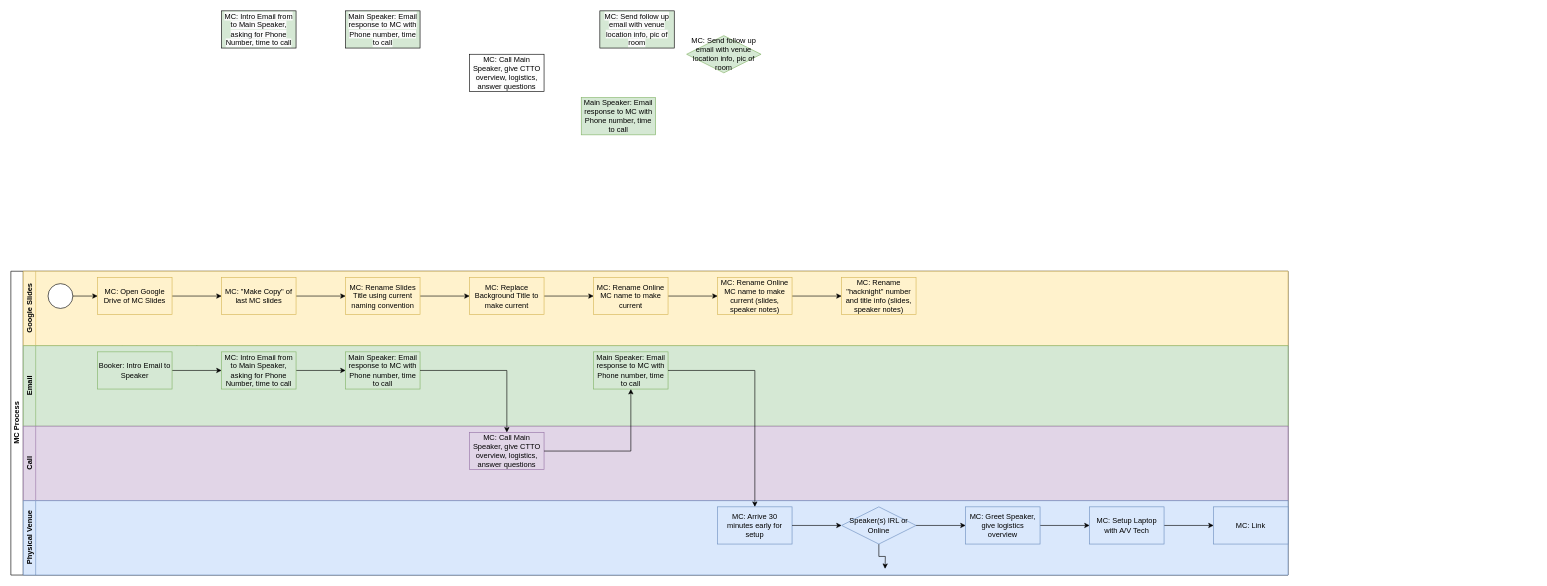
This is emcee_process.drawio from rockstar6789/ctto, a draw.io file, before an edit. Source tidied: cells renumbered, new cells numbered last; positions are measured from the earlier drawing's top-left corner, leaving out a move shared by most shapes. Both pictures are drawn from the tidied source at 62%, with x=0, y=0 at pixel (11, 11).
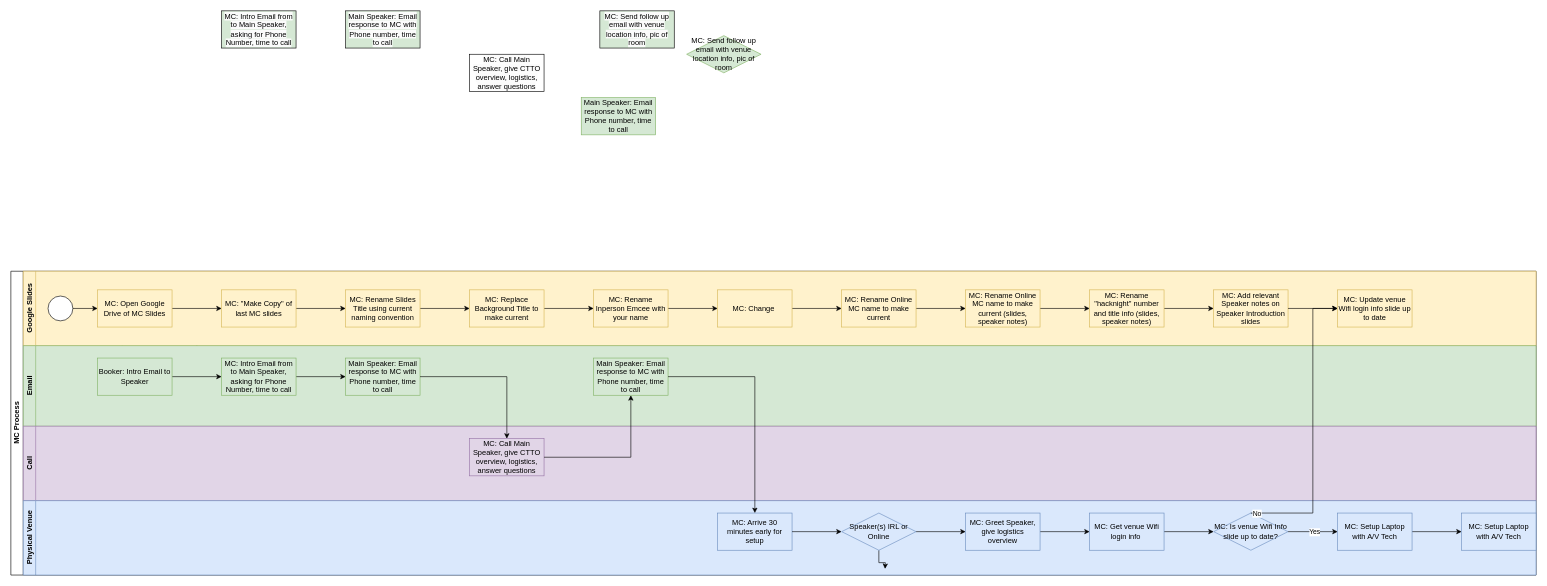
The same diagram, later.

What changed in the source:
```diff
@@
     <mxCell id="2" value="MC Process" style="swimlane;html=1;horizontal=0;startSize=20;" parent="1" vertex="1">
-      <mxGeometry y="420" width="2060" height="490" as="geometry" />
+      <mxGeometry y="420" width="2460" height="490" as="geometry" />
     </mxCell>
@@
     <mxCell id="7" value="Google Slides" style="swimlane;html=1;startSize=20;horizontal=0;fillColor=#fff2cc;strokeColor=#d6b656;swimlaneFillColor=#FFF2CC;" parent="2" vertex="1">
-      <mxGeometry x="20" width="2040" height="120" as="geometry" />
+      <mxGeometry x="20" width="2440" height="120" as="geometry" />
     </mxCell>
+    <mxCell id="10" style="edgeStyle=orthogonalEdgeStyle;rounded=0;orthogonalLoop=1;jettySize=auto;html=1;" parent="7" edge="1">
+      <mxGeometry relative="1" as="geometry">
+        <mxPoint x="200" y="60" as="sourcePoint" />
+      </mxGeometry>
+    </mxCell>
+    <mxCell id="13" style="edgeStyle=orthogonalEdgeStyle;rounded=0;orthogonalLoop=1;jettySize=auto;html=1;" parent="7" edge="1">
+      <mxGeometry relative="1" as="geometry">
+        <mxPoint x="440" y="40" as="sourcePoint" />
+      </mxGeometry>
+    </mxCell>
+    <mxCell id="14" style="edgeStyle=orthogonalEdgeStyle;rounded=0;orthogonalLoop=1;jettySize=auto;html=1;" parent="7" edge="1">
+      <mxGeometry relative="1" as="geometry">
+        <mxPoint x="1050" y="40" as="sourcePoint" />
+      </mxGeometry>
+    </mxCell>
@@
     <mxCell id="9" style="ellipse;whiteSpace=wrap;html=1;" parent="7" vertex="1">
-      <mxGeometry x="40" y="20" width="40" height="40" as="geometry" />
+      <mxGeometry x="40" y="40" width="40" height="40" as="geometry" />
     </mxCell>
-    <mxCell id="10" style="edgeStyle=orthogonalEdgeStyle;rounded=0;orthogonalLoop=1;jettySize=auto;html=1;" parent="7" edge="1">
-      <mxGeometry relative="1" as="geometry">
-        <mxPoint x="200" y="60" as="sourcePoint" />
-      </mxGeometry>
-    </mxCell>
@@
     <mxCell id="12" value="MC:&amp;nbsp;Open Google Drive of MC Slides" style="rounded=0;whiteSpace=wrap;html=1;fillColor=#FFF2CC;strokeColor=#D6B656;" parent="7" vertex="1">
-      <mxGeometry x="120" y="10" width="120" height="60" as="geometry" />
+      <mxGeometry x="120" y="30" width="120" height="60" as="geometry" />
     </mxCell>
-    <mxCell id="13" style="edgeStyle=orthogonalEdgeStyle;rounded=0;orthogonalLoop=1;jettySize=auto;html=1;" parent="7" edge="1">
-      <mxGeometry relative="1" as="geometry">
-        <mxPoint x="440" y="40" as="sourcePoint" />
-      </mxGeometry>
-    </mxCell>
-    <mxCell id="14" style="edgeStyle=orthogonalEdgeStyle;rounded=0;orthogonalLoop=1;jettySize=auto;html=1;" parent="7" edge="1">
-      <mxGeometry relative="1" as="geometry">
-        <mxPoint x="1050" y="40" as="sourcePoint" />
-      </mxGeometry>
-    </mxCell>
@@
     <mxCell id="16" value="MC:&amp;nbsp;&quot;Make Copy&quot; of last MC slides" style="rounded=0;whiteSpace=wrap;html=1;fillColor=#FFF2CC;strokeColor=#D6B656;" parent="7" vertex="1">
-      <mxGeometry x="320" y="10" width="120" height="60" as="geometry" />
+      <mxGeometry x="320" y="30" width="120" height="60" as="geometry" />
     </mxCell>
@@
     <mxCell id="18" value="MC: Rename Slides Title using current naming convention" style="rounded=0;whiteSpace=wrap;html=1;fillColor=#FFF2CC;strokeColor=#D6B656;" parent="7" vertex="1">
-      <mxGeometry x="520" y="10" width="120" height="60" as="geometry" />
+      <mxGeometry x="520" y="30" width="120" height="60" as="geometry" />
     </mxCell>
@@
     <mxCell id="20" value="MC: Replace Background Title to make current" style="rounded=0;whiteSpace=wrap;html=1;fillColor=#FFF2CC;strokeColor=#D6B656;" parent="7" vertex="1">
-      <mxGeometry x="720" y="10" width="120" height="60" as="geometry" />
+      <mxGeometry x="720" y="30" width="120" height="60" as="geometry" />
     </mxCell>
@@
-    <mxCell id="22" value="MC: Rename Online MC name to make current" style="rounded=0;whiteSpace=wrap;html=1;fillColor=#FFF2CC;strokeColor=#D6B656;" parent="7" vertex="1">
-      <mxGeometry x="920" y="10" width="120" height="60" as="geometry" />
+    <mxCell id="22" value="MC: Rename Inperson Emcee with your name" style="rounded=0;whiteSpace=wrap;html=1;fillColor=#FFF2CC;strokeColor=#D6B656;" parent="7" vertex="1">
+      <mxGeometry x="920" y="30" width="120" height="60" as="geometry" />
     </mxCell>
@@
-    <mxCell id="24" value="MC: Rename Online MC name to make current (slides, speaker notes)" style="rounded=0;whiteSpace=wrap;html=1;fillColor=#FFF2CC;strokeColor=#D6B656;" parent="7" vertex="1">
-      <mxGeometry x="1120" y="10" width="120" height="60" as="geometry" />
+    <mxCell id="24" value="MC: Change&amp;nbsp;" style="rounded=0;whiteSpace=wrap;html=1;fillColor=#FFF2CC;strokeColor=#D6B656;" parent="7" vertex="1">
+      <mxGeometry x="1120" y="30" width="120" height="60" as="geometry" />
     </mxCell>
+    <mxCell id="60" style="edgeStyle=orthogonalEdgeStyle;rounded=0;jettySize=auto;html=1;" parent="7" edge="1" source="25" target="62">
+      <mxGeometry relative="1" as="geometry" />
+    </mxCell>
-    <mxCell id="25" value="MC: Rename &quot;hacknight&quot; number and title info (slides, speaker notes)" style="rounded=0;whiteSpace=wrap;html=1;fillColor=#FFF2CC;strokeColor=#D6B656;" parent="7" vertex="1">
-      <mxGeometry x="1320" y="10" width="120" height="60" as="geometry" />
+    <mxCell id="25" value="MC: Rename Online MC name to make current" style="rounded=0;whiteSpace=wrap;html=1;fillColor=#FFF2CC;strokeColor=#D6B656;" parent="7" vertex="1">
+      <mxGeometry x="1320" y="30" width="120" height="60" as="geometry" />
     </mxCell>
+    <mxCell id="61" style="edgeStyle=orthogonalEdgeStyle;rounded=0;jettySize=auto;html=1;" parent="7" edge="1" source="62" target="64">
+      <mxGeometry relative="1" as="geometry" />
+    </mxCell>
+    <mxCell id="62" value="MC: Rename Online MC name to make current (slides, speaker notes)" style="rounded=0;whiteSpace=wrap;html=1;fillColor=#FFF2CC;strokeColor=#D6B656;" parent="7" vertex="1">
+      <mxGeometry x="1520" y="30" width="120" height="60" as="geometry" />
+    </mxCell>
+    <mxCell id="63" style="edgeStyle=orthogonalEdgeStyle;rounded=0;jettySize=auto;html=1;" parent="7" edge="1" source="64" target="65">
+      <mxGeometry relative="1" as="geometry" />
+    </mxCell>
+    <mxCell id="64" value="MC: Rename &quot;hacknight&quot; number and title info (slides, speaker notes)" style="rounded=0;whiteSpace=wrap;html=1;fillColor=#FFF2CC;strokeColor=#D6B656;" parent="7" vertex="1">
+      <mxGeometry x="1720" y="30" width="120" height="60" as="geometry" />
+    </mxCell>
+    <mxCell id="65" value="MC: Add relevant Speaker notes on Speaker Introduction slides" style="rounded=0;whiteSpace=wrap;html=1;fillColor=#FFF2CC;strokeColor=#D6B656;" parent="7" vertex="1">
+      <mxGeometry x="1920" y="30" width="120" height="60" as="geometry" />
+    </mxCell>
+    <mxCell id="66" value="MC: Update venue Wifi login info slide up to date" style="rounded=0;whiteSpace=wrap;html=1;fillColor=#FFF2CC;strokeColor=#D6B656;" parent="7" vertex="1">
+      <mxGeometry x="2120" y="30" width="120" height="60" as="geometry" />
+    </mxCell>
+    <mxCell id="67" style="edgeStyle=orthogonalEdgeStyle;rounded=0;jettySize=auto;html=1;" parent="7" edge="1" source="65" target="66">
+      <mxGeometry relative="1" as="geometry" />
+    </mxCell>
     <mxCell id="26" value="Email" style="swimlane;html=1;startSize=20;horizontal=0;fillColor=#d5e8d4;strokeColor=#82b366;swimlaneFillColor=#D5E8D4;" parent="2" vertex="1">
-      <mxGeometry x="20" y="120" width="2040" height="130" as="geometry" />
+      <mxGeometry x="20" y="120" width="2440" height="130" as="geometry" />
     </mxCell>
@@
     <mxCell id="29" value="Booker: Intro Email to Speaker" style="rounded=0;whiteSpace=wrap;html=1;fillColor=#D5E8D4;strokeColor=#82B366;" parent="26" vertex="1">
-      <mxGeometry x="120" y="10" width="120" height="60" as="geometry" />
+      <mxGeometry x="120" y="20" width="120" height="60" as="geometry" />
     </mxCell>
@@
     <mxCell id="33" value="MC: Intro Email from to Main Speaker, asking for Phone Number, time to call" style="rounded=0;whiteSpace=wrap;html=1;fillColor=#D5E8D4;strokeColor=#82B366;" parent="26" vertex="1">
-      <mxGeometry x="320" y="10" width="120" height="60" as="geometry" />
+      <mxGeometry x="320" y="20" width="120" height="60" as="geometry" />
     </mxCell>
     <mxCell id="34" value="Main Speaker: Email response to MC with Phone number, time to call" style="rounded=0;whiteSpace=wrap;html=1;fillColor=#D5E8D4;strokeColor=#82B366;" parent="26" vertex="1">
-      <mxGeometry x="520" y="10" width="120" height="60" as="geometry" />
+      <mxGeometry x="520" y="20" width="120" height="60" as="geometry" />
     </mxCell>
     <mxCell id="35" value="Main Speaker: Email response to MC with Phone number, time to call" style="rounded=0;whiteSpace=wrap;html=1;fillColor=#D5E8D4;strokeColor=#82B366;" parent="26" vertex="1">
-      <mxGeometry x="920" y="10" width="120" height="60" as="geometry" />
+      <mxGeometry x="920" y="20" width="120" height="60" as="geometry" />
     </mxCell>
     <mxCell id="36" value="Call" style="swimlane;html=1;startSize=20;horizontal=0;fillColor=#e1d5e7;strokeColor=#9673a6;swimlaneFillColor=#E1D5E7;" parent="2" vertex="1">
-      <mxGeometry x="20" y="250" width="2040" height="120" as="geometry" />
+      <mxGeometry x="20" y="250" width="2440" height="120" as="geometry" />
     </mxCell>
@@
     <mxCell id="38" value="MC: Call Main Speaker, give CTTO overview, logistics, answer questions" style="rounded=0;whiteSpace=wrap;html=1;fillColor=#E1D5E7;strokeColor=#9673A6;" parent="36" vertex="1">
-      <mxGeometry x="720" y="10" width="120" height="60" as="geometry" />
+      <mxGeometry x="720" y="20" width="120" height="60" as="geometry" />
     </mxCell>
     <mxCell id="39" value="Physical Venue" style="swimlane;html=1;startSize=20;horizontal=0;fillColor=#dae8fc;strokeColor=#6c8ebf;swimlaneFillColor=#DAE8FC;" parent="2" vertex="1">
-      <mxGeometry x="20" y="370" width="2040" height="120" as="geometry" />
+      <mxGeometry x="20" y="370" width="2440" height="120" as="geometry" />
     </mxCell>
@@
+    <mxCell id="42" style="edgeStyle=orthogonalEdgeStyle;rounded=0;jettySize=auto;html=1;" parent="39" edge="1" source="44">
+      <mxGeometry relative="1" as="geometry">
+        <mxPoint x="1390" y="110" as="targetPoint" />
+      </mxGeometry>
+    </mxCell>
     <mxCell id="41" value="MC: Arrive 30 minutes early for setup" style="rounded=0s;whiteSpace=wrap;html=1;fillColor=#DAE8FC;strokeColor=#6C8EBF;" parent="39" vertex="1">
-      <mxGeometry x="1120" y="10" width="120" height="60" as="geometry" />
+      <mxGeometry x="1120" y="20" width="120" height="60" as="geometry" />
     </mxCell>
-    <mxCell id="42" style="edgeStyle=orthogonalEdgeStyle;rounded=0;jettySize=auto;html=1;" parent="39" edge="1" source="44">
-      <mxGeometry relative="1" as="geometry">
-        <mxPoint x="1390" y="110" as="targetPoint" />
-      </mxGeometry>
-    </mxCell>
@@
     <mxCell id="44" value="Speaker(s) IRL or Online" style="rhombus;whiteSpace=wrap;html=1;fillColor=#DAE8FC;strokeColor=#6C8EBF;" parent="39" vertex="1">
-      <mxGeometry x="1320" y="10" width="120" height="60" as="geometry" />
+      <mxGeometry x="1320" y="20" width="120" height="60" as="geometry" />
     </mxCell>
@@
     <mxCell id="47" value="MC: Greet Speaker, give logistics overview" style="rounded=0;whiteSpace=wrap;html=1;fillColor=#DAE8FC;strokeColor=#6C8EBF;" parent="39" vertex="1">
-      <mxGeometry x="1520" y="10" width="120" height="60" as="geometry" />
+      <mxGeometry x="1520" y="20" width="120" height="60" as="geometry" />
     </mxCell>
@@
-    <mxCell id="49" value="MC: Setup Laptop with A/V Tech" style="rounded=0;whiteSpace=wrap;html=1;fillColor=#DAE8FC;strokeColor=#6C8EBF;" parent="39" vertex="1">
-      <mxGeometry x="1720" y="10" width="120" height="60" as="geometry" />
+    <mxCell id="49" value="MC: Get venue Wifi login info&amp;nbsp;" style="rounded=0;whiteSpace=wrap;html=1;fillColor=#DAE8FC;strokeColor=#6C8EBF;" parent="39" vertex="1">
+      <mxGeometry x="1720" y="20" width="120" height="60" as="geometry" />
     </mxCell>
-    <mxCell id="50" value="MC: Link" style="rounded=0;whiteSpace=wrap;html=1;fillColor=#DAE8FC;strokeColor=#6C8EBF;" parent="39" vertex="1">
-      <mxGeometry x="1920" y="10" width="120" height="60" as="geometry" />
+    <mxCell id="50" value="MC: Is venue Wifi Info slide up to date?" style="rhombus;whiteSpace=wrap;html=1;fillColor=#DAE8FC;strokeColor=#6C8EBF;" parent="39" vertex="1">
+      <mxGeometry x="1920" y="20" width="120" height="60" as="geometry" />
     </mxCell>
+    <mxCell id="68" style="edgeStyle=orthogonalEdgeStyle;rounded=0;jettySize=auto;html=1;" parent="39" edge="1" source="69" target="72">
+      <mxGeometry relative="1" as="geometry" />
+    </mxCell>
+    <mxCell id="69" value="MC: Setup Laptop with A/V Tech" style="rounded=0;whiteSpace=wrap;html=1;fillColor=#DAE8FC;strokeColor=#6C8EBF;" parent="39" vertex="1">
+      <mxGeometry x="2120" y="20" width="120" height="60" as="geometry" />
+    </mxCell>
+    <mxCell id="70" style="edgeStyle=orthogonalEdgeStyle;rounded=0;jettySize=auto;html=1;" parent="39" edge="1" source="50" target="69">
+      <mxGeometry relative="1" as="geometry" />
+    </mxCell>
+    <mxCell id="71" value="Yes" style="edgeLabel;html=1;align=center;verticalAlign=middle;" parent="70" vertex="1">
+      <mxGeometry x="0.06" relative="1" as="geometry" />
+    </mxCell>
+    <mxCell id="72" value="MC: Setup Laptop with A/V Tech" style="rounded=0;whiteSpace=wrap;html=1;fillColor=#DAE8FC;strokeColor=#6C8EBF;" parent="39" vertex="1">
+      <mxGeometry x="2320" y="20" width="120" height="60" as="geometry" />
+    </mxCell>
@@
+    <mxCell id="73" style="edgeStyle=orthogonalEdgeStyle;rounded=0;jettySize=auto;html=1;entryX=0;entryY=0.5;entryDx=0;entryDy=0;exitX=0.5;exitY=0;exitDx=0;exitDy=0;" parent="2" edge="1" source="50" target="66">
+      <mxGeometry relative="1" as="geometry">
+        <Array as="points">
+          <mxPoint x="2100" y="390" />
+          <mxPoint x="2100" y="60" />
+        </Array>
+      </mxGeometry>
+    </mxCell>
+    <mxCell id="74" value="No" style="edgeLabel;html=1;align=center;verticalAlign=middle;" parent="73" vertex="1">
+      <mxGeometry x="-0.96" relative="1" as="geometry" />
+    </mxCell>
```
